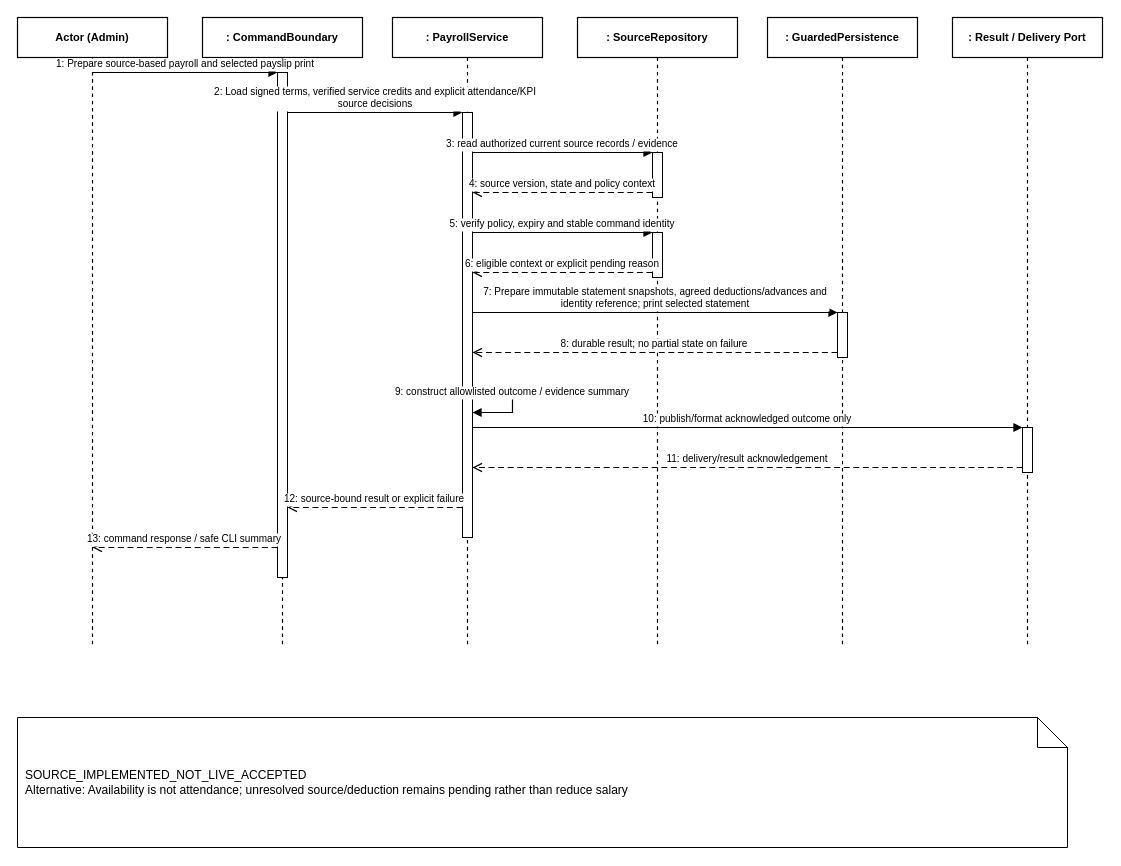
Above: doc/reports/report4/sequence/pay-02.drawio in ngocthanhhx7/SEP490_G101_FALL2026 (draw.io), before the change. Source tidied: cells renumbered, new cells numbered last; positions are measured from the earlier drawing's top-left corner, leaving out a move shared by most shapes. Both pictures are drawn from the tidied source at 100%, with x=0, y=0 at pixel (17, 17).
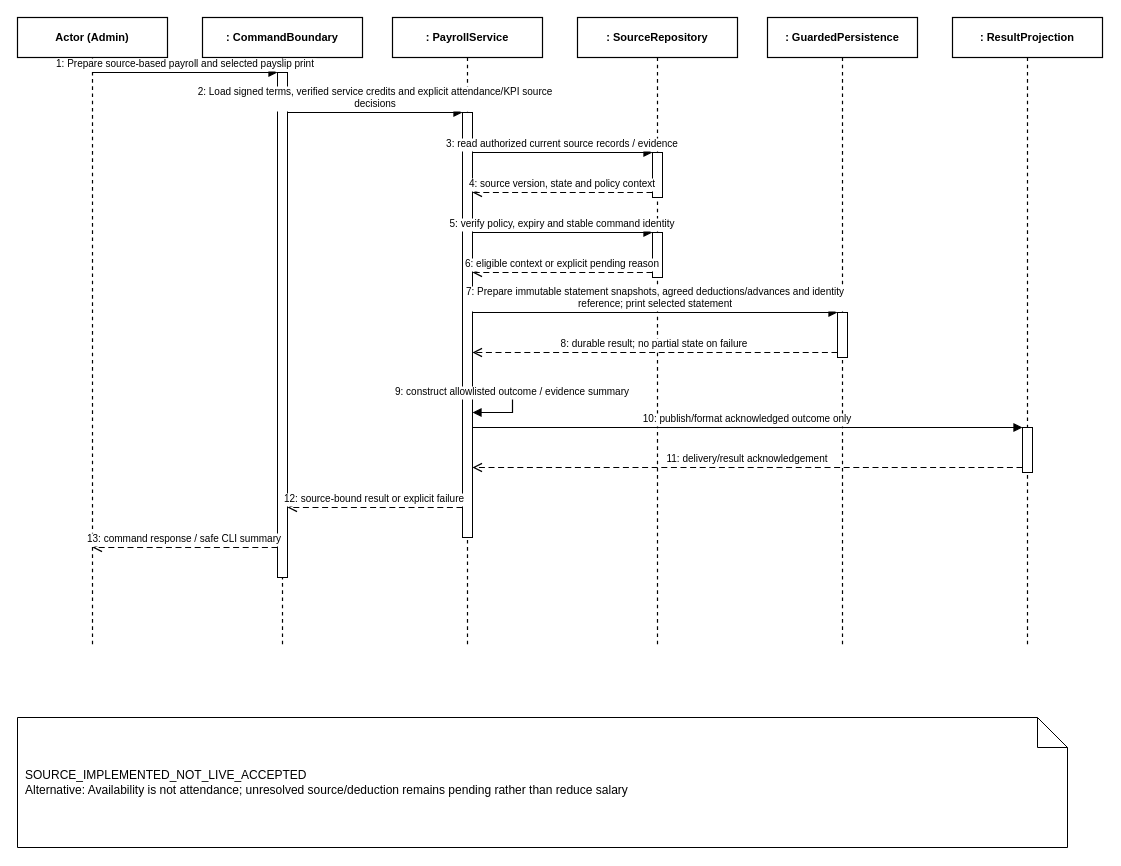
The same page after the edit.

The edit, as a diff of the source:
```diff
@@
-    <mxCell id="7" value=": Result / Delivery Port" style="shape=umlLifeline;perimeter=lifelinePerimeter;whiteSpace=wrap;html=0;size=40;fillColor=#FFFFFF;strokeColor=#000000;strokeWidth=1.2;fontStyle=1;fontSize=11;align=center;" parent="1" vertex="1">
+    <mxCell id="7" value=": ResultProjection" style="shape=umlLifeline;perimeter=lifelinePerimeter;whiteSpace=wrap;html=0;size=40;fillColor=#FFFFFF;strokeColor=#000000;strokeWidth=1.2;fontStyle=1;fontSize=11;align=center;" parent="1" vertex="1">
       <mxGeometry x="935" width="150" height="630" as="geometry" />
     </mxCell>
@@
-    <mxCell id="15" value="2: Load signed terms, verified service credits and explicit attendance/KPI&#10;source decisions" style="html=0;verticalAlign=bottom;endArrow=block;endFill=1;strokeColor=#000000;strokeWidth=1.2;fontSize=10;fontColor=#000000;edgeStyle=orthogonalEdgeStyle;rounded=0;" parent="1" edge="1">
+    <mxCell id="15" value="2: Load signed terms, verified service credits and explicit attendance/KPI source&#10;decisions" style="html=0;verticalAlign=bottom;endArrow=block;endFill=1;strokeColor=#000000;strokeWidth=1.2;fontSize=10;fontColor=#000000;edgeStyle=orthogonalEdgeStyle;rounded=0;" parent="1" edge="1">
       <mxGeometry relative="1" as="geometry">
         <mxPoint x="270" y="95" as="sourcePoint" />
         <mxPoint x="445" y="95" as="targetPoint" />
       </mxGeometry>
     </mxCell>
@@
-    <mxCell id="20" value="7: Prepare immutable statement snapshots, agreed deductions/advances and&#10;identity reference; print selected statement" style="html=0;verticalAlign=bottom;endArrow=block;endFill=1;strokeColor=#000000;strokeWidth=1.2;fontSize=10;fontColor=#000000;edgeStyle=orthogonalEdgeStyle;rounded=0;" parent="1" edge="1">
+    <mxCell id="20" value="7: Prepare immutable statement snapshots, agreed deductions/advances and identity&#10;reference; print selected statement" style="html=0;verticalAlign=bottom;endArrow=block;endFill=1;strokeColor=#000000;strokeWidth=1.2;fontSize=10;fontColor=#000000;edgeStyle=orthogonalEdgeStyle;rounded=0;" parent="1" edge="1">
       <mxGeometry relative="1" as="geometry">
         <mxPoint x="455" y="295" as="sourcePoint" />
         <mxPoint x="820" y="295" as="targetPoint" />
       </mxGeometry>
     </mxCell>
```
